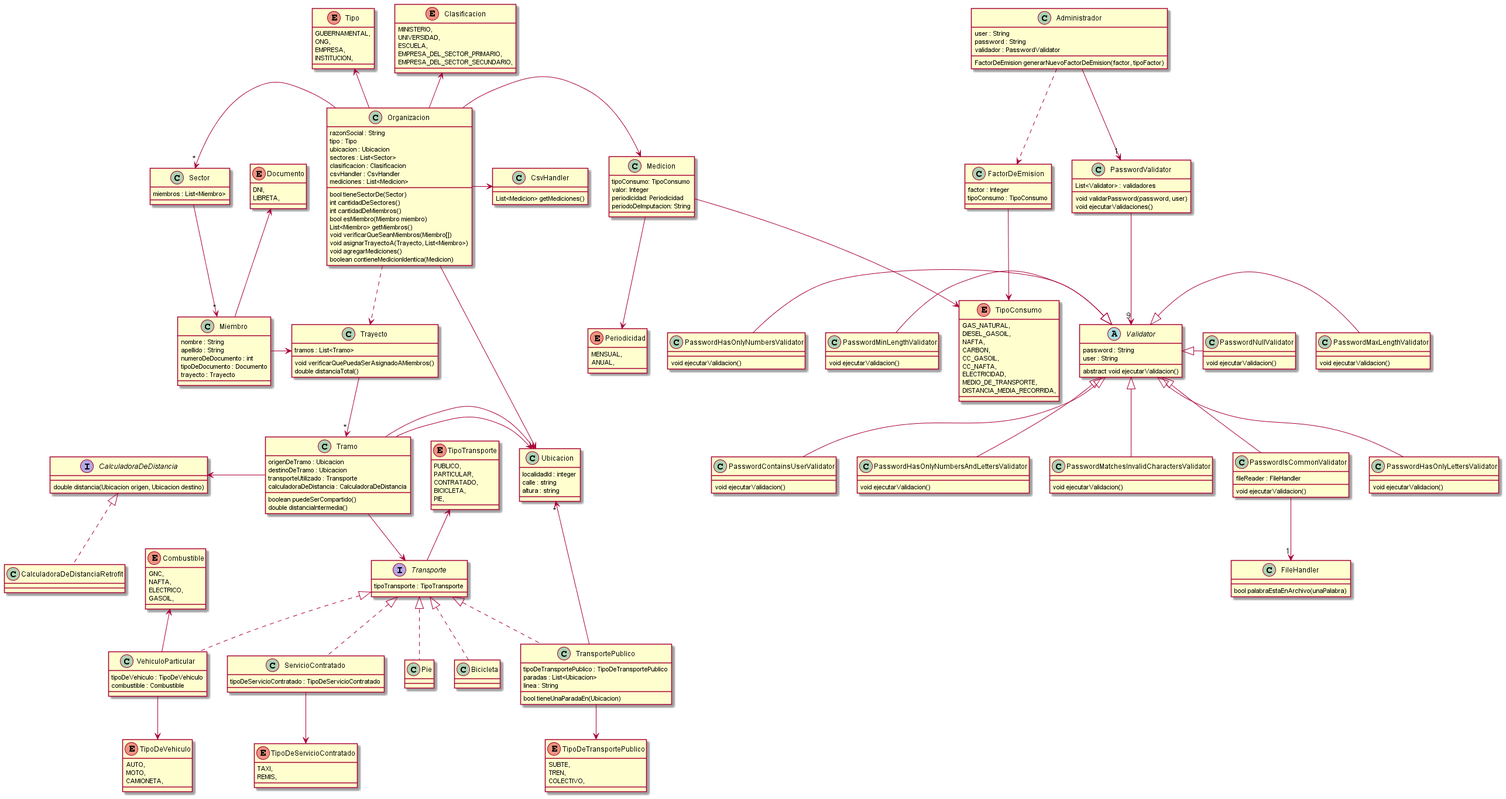
This is out/Diagrama/TPA-2.png from mbeorlegui/tpa-dds-2022, a PlantUML export, as it was before one commit.
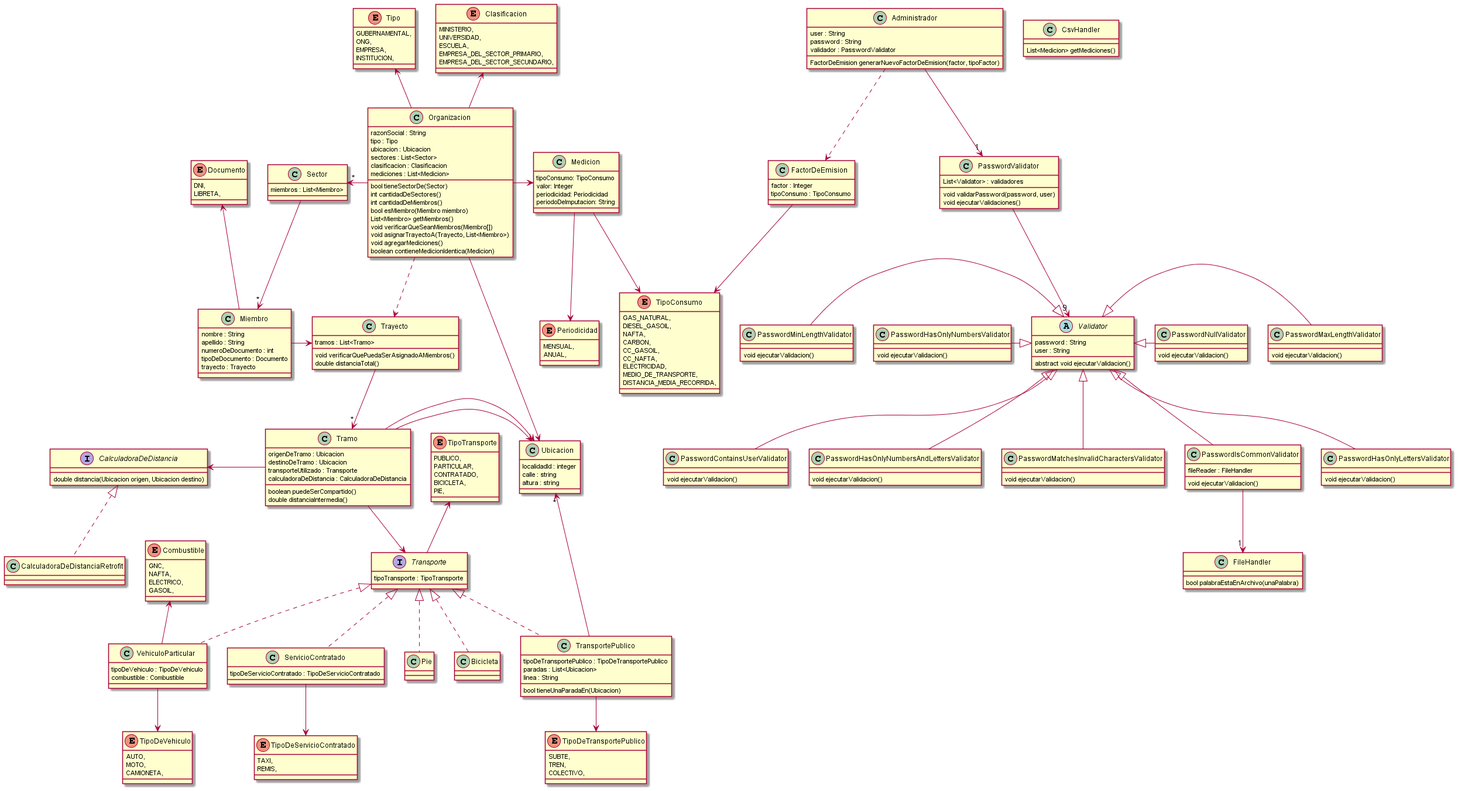
Later version of the same file.

Commit message:
Actualizo el diagrama

Change to the diagram source:
```diff
@@ -6,7 +6,6 @@
   ubicacion : Ubicacion
   sectores : List<Sector>
   clasificacion : Clasificacion
-  csvHandler : CsvHandler
   mediciones : List<Medicion>
   bool tieneSectorDe(Sector)
   int cantidadDeSectores()
@@ -280,13 +279,11 @@
 Tramo -left-> CalculadoraDeDistancia
 CalculadoraDeDistanciaRetrofit .up.|> CalculadoraDeDistancia
 
-Organizacion -right-> CsvHandler
-
 Organizacion -right-> Medicion
 Medicion --> TipoConsumo
 Medicion --> Periodicidad
 
-Administrador ..> FactorDeEmision
+Administrador .down.> FactorDeEmision
 FactorDeEmision --> TipoConsumo
 
 @enduml
```
